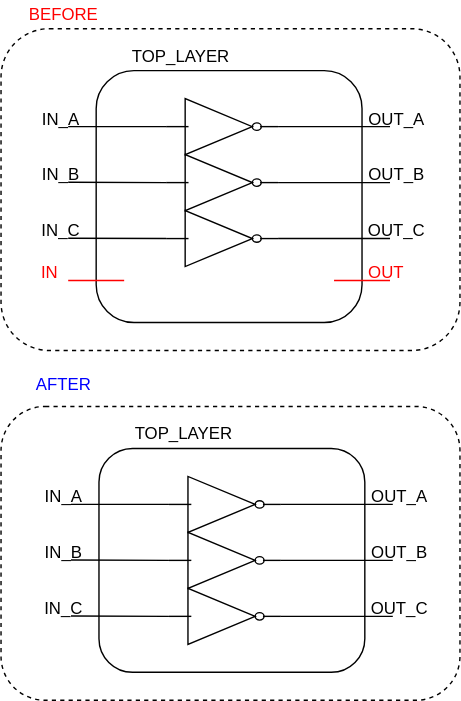
This is figures/dark-mode/rewire_scripts/remove_ports_top.drawio.svg from AlbertHansen/TripleModularRedundancyTool_developer_guide, a draw.io export, as it was before one commit. Source tidied: cells renumbered, new cells last; positions are measured from the earlier drawing's top-left corner, leaving out a move shared by most shapes.
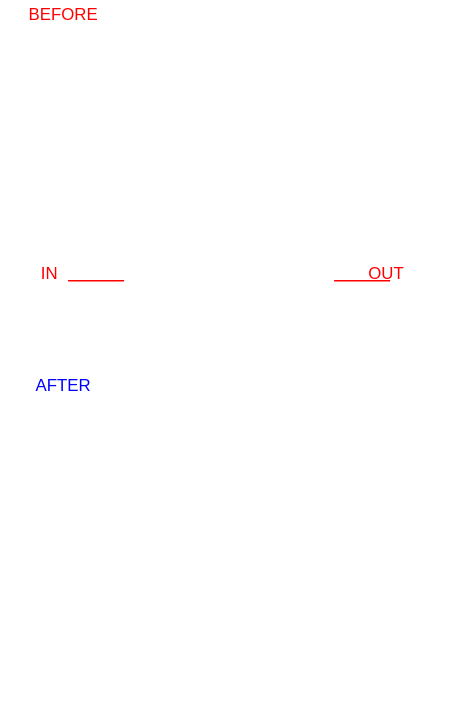
After the commit.

The edit, as a diff of the source:
```diff
@@ -2,57 +2,63 @@
   <root>
     <mxCell id="0" />
     <mxCell id="1" parent="0" />
+    <mxCell id="40" style="rounded=1;whiteSpace=wrap;html=1;fontColor=#FFFFFF;fillColor=none;dashed=1;strokeColor=#FFFFFF;" parent="1" vertex="1">
+      <mxGeometry y="290" width="328" height="210" as="geometry" />
+    </mxCell>
+    <mxCell id="41" style="rounded=1;whiteSpace=wrap;html=1;fontColor=#FFFFFF;fillColor=none;dashed=1;strokeColor=#FFFFFF;" parent="1" vertex="1">
+      <mxGeometry y="20" width="328" height="230" as="geometry" />
+    </mxCell>
-    <mxCell id="2" style="rounded=1;whiteSpace=wrap;html=1;fillColor=none;" parent="1" vertex="1">
+    <mxCell id="2" style="rounded=1;whiteSpace=wrap;html=1;fillColor=none;fontColor=#FFFFFF;strokeColor=#FFFFFF;" parent="1" vertex="1">
       <mxGeometry x="68" y="50" width="190" height="180" as="geometry" />
     </mxCell>
-    <mxCell id="3" style="verticalLabelPosition=bottom;shadow=0;dashed=0;align=center;html=1;verticalAlign=top;shape=mxgraph.electrical.logic_gates.inverter_2;fillColor=none;" parent="1" vertex="1">
+    <mxCell id="3" style="verticalLabelPosition=bottom;shadow=0;dashed=0;align=center;html=1;verticalAlign=top;shape=mxgraph.electrical.logic_gates.inverter_2;fillColor=none;fontColor=#FFFFFF;strokeColor=#FFFFFF;" parent="1" vertex="1">
       <mxGeometry x="118" y="150" width="80" height="40" as="geometry" />
     </mxCell>
-    <mxCell id="4" style="verticalLabelPosition=bottom;shadow=0;dashed=0;align=center;html=1;verticalAlign=top;shape=mxgraph.electrical.logic_gates.inverter_2;fillColor=none;" parent="1" vertex="1">
+    <mxCell id="4" style="verticalLabelPosition=bottom;shadow=0;dashed=0;align=center;html=1;verticalAlign=top;shape=mxgraph.electrical.logic_gates.inverter_2;fillColor=none;fontColor=#FFFFFF;strokeColor=#FFFFFF;" parent="1" vertex="1">
       <mxGeometry x="118" y="110" width="80" height="40" as="geometry" />
     </mxCell>
-    <mxCell id="5" style="verticalLabelPosition=bottom;shadow=0;dashed=0;align=center;html=1;verticalAlign=top;shape=mxgraph.electrical.logic_gates.inverter_2;fillColor=none;" parent="1" vertex="1">
+    <mxCell id="5" style="verticalLabelPosition=bottom;shadow=0;dashed=0;align=center;html=1;verticalAlign=top;shape=mxgraph.electrical.logic_gates.inverter_2;fillColor=none;fontColor=#FFFFFF;strokeColor=#FFFFFF;" parent="1" vertex="1">
       <mxGeometry x="118" y="70" width="80" height="40" as="geometry" />
     </mxCell>
-    <mxCell id="6" value="TOP_LAYER" style="text;strokeColor=none;fillColor=none;align=left;verticalAlign=middle;spacingLeft=4;spacingRight=4;overflow=hidden;whiteSpace=wrap;html=1;" parent="1" vertex="1">
+    <mxCell id="6" value="TOP_LAYER" style="text;strokeColor=none;fillColor=none;align=left;verticalAlign=middle;spacingLeft=4;spacingRight=4;overflow=hidden;whiteSpace=wrap;html=1;fontColor=#FFFFFF;" parent="1" vertex="1">
       <mxGeometry x="88" y="30" width="80" height="20" as="geometry" />
     </mxCell>
-    <mxCell id="7" style="endArrow=none;html=1;entryX=0;entryY=0.5;entryDx=0;entryDy=0;entryPerimeter=0;" parent="1" edge="1" target="5">
+    <mxCell id="7" style="endArrow=none;html=1;entryX=0;entryY=0.5;entryDx=0;entryDy=0;entryPerimeter=0;fontColor=#FFFFFF;strokeColor=#FFFFFF;" parent="1" edge="1" target="5">
       <mxGeometry relative="1" as="geometry">
         <mxPoint x="48" y="90" as="sourcePoint" />
       </mxGeometry>
     </mxCell>
-    <mxCell id="8" style="endArrow=none;html=1;" parent="1" edge="1">
+    <mxCell id="8" style="endArrow=none;html=1;fontColor=#FFFFFF;strokeColor=#FFFFFF;" parent="1" edge="1">
       <mxGeometry relative="1" as="geometry">
         <mxPoint x="48" y="129.8" as="sourcePoint" />
         <mxPoint x="118" y="130" as="targetPoint" />
       </mxGeometry>
     </mxCell>
-    <mxCell id="9" style="endArrow=none;html=1;" parent="1" edge="1">
+    <mxCell id="9" style="endArrow=none;html=1;fontColor=#FFFFFF;strokeColor=#FFFFFF;" parent="1" edge="1">
       <mxGeometry relative="1" as="geometry">
         <mxPoint x="48" y="169.8" as="sourcePoint" />
         <mxPoint x="118" y="170" as="targetPoint" />
       </mxGeometry>
     </mxCell>
-    <mxCell id="10" style="endArrow=none;html=1;" parent="1" edge="1">
+    <mxCell id="10" style="endArrow=none;html=1;fontColor=#FFFFFF;strokeColor=#FFFFFF;" parent="1" edge="1">
       <mxGeometry relative="1" as="geometry">
         <mxPoint x="198" y="90" as="sourcePoint" />
         <mxPoint x="278" y="90" as="targetPoint" />
       </mxGeometry>
     </mxCell>
-    <mxCell id="11" style="endArrow=none;html=1;" parent="1" edge="1">
+    <mxCell id="11" style="endArrow=none;html=1;fontColor=#FFFFFF;strokeColor=#FFFFFF;" parent="1" edge="1">
       <mxGeometry relative="1" as="geometry">
         <mxPoint x="198" y="130" as="sourcePoint" />
         <mxPoint x="278" y="130" as="targetPoint" />
       </mxGeometry>
     </mxCell>
-    <mxCell id="12" style="endArrow=none;html=1;" parent="1" edge="1">
+    <mxCell id="12" style="endArrow=none;html=1;fontColor=#FFFFFF;strokeColor=#FFFFFF;" parent="1" edge="1">
       <mxGeometry relative="1" as="geometry">
         <mxPoint x="198" y="170" as="sourcePoint" />
         <mxPoint x="278" y="170" as="targetPoint" />
       </mxGeometry>
     </mxCell>
-    <mxCell id="13" style="endArrow=none;html=1;fontColor=#FF0000;strokeColor=#FF0000;" parent="1" edge="1">
+    <mxCell id="13" style="endArrow=none;html=1;fontColor=#FFFFFF;strokeColor=#FF0000;" parent="1" edge="1">
       <mxGeometry relative="1" as="geometry">
         <mxPoint x="88" y="200" as="sourcePoint" />
         <mxPoint x="48" y="200" as="targetPoint" />
@@ -64,104 +70,98 @@
         <mxPoint x="278" y="200" as="targetPoint" />
       </mxGeometry>
     </mxCell>
-    <mxCell id="15" value="OUT_A" style="text;html=1;strokeColor=none;fillColor=none;align=center;verticalAlign=middle;whiteSpace=wrap;rounded=0;" parent="1" vertex="1">
+    <mxCell id="15" value="OUT_A" style="text;html=1;strokeColor=none;fillColor=none;align=center;verticalAlign=middle;whiteSpace=wrap;rounded=0;fontColor=#FFFFFF;" parent="1" vertex="1">
       <mxGeometry x="258" y="80" width="50" height="10" as="geometry" />
     </mxCell>
-    <mxCell id="16" value="OUT_B" style="text;html=1;strokeColor=none;fillColor=none;align=center;verticalAlign=middle;whiteSpace=wrap;rounded=0;" parent="1" vertex="1">
+    <mxCell id="16" value="OUT_B" style="text;html=1;strokeColor=none;fillColor=none;align=center;verticalAlign=middle;whiteSpace=wrap;rounded=0;fontColor=#FFFFFF;" parent="1" vertex="1">
       <mxGeometry x="258" y="120" width="50" height="10" as="geometry" />
     </mxCell>
-    <mxCell id="17" value="OUT_C" style="text;html=1;strokeColor=none;fillColor=none;align=center;verticalAlign=middle;whiteSpace=wrap;rounded=0;" parent="1" vertex="1">
+    <mxCell id="17" value="OUT_C" style="text;html=1;strokeColor=none;fillColor=none;align=center;verticalAlign=middle;whiteSpace=wrap;rounded=0;fontColor=#FFFFFF;" parent="1" vertex="1">
       <mxGeometry x="258" y="160" width="50" height="10" as="geometry" />
     </mxCell>
     <mxCell id="18" value="OUT" style="text;html=1;strokeColor=none;fillColor=none;align=center;verticalAlign=middle;whiteSpace=wrap;rounded=0;fontColor=#FF0000;" parent="1" vertex="1">
       <mxGeometry x="263" y="190" width="25" height="10" as="geometry" />
     </mxCell>
-    <mxCell id="19" value="IN_A" style="text;html=1;strokeColor=none;fillColor=none;align=center;verticalAlign=middle;whiteSpace=wrap;rounded=0;" parent="1" vertex="1">
+    <mxCell id="19" value="IN_A" style="text;html=1;strokeColor=none;fillColor=none;align=center;verticalAlign=middle;whiteSpace=wrap;rounded=0;fontColor=#FFFFFF;" parent="1" vertex="1">
       <mxGeometry x="28" y="80" width="30" height="10" as="geometry" />
     </mxCell>
     <mxCell id="20" value="IN" style="text;html=1;strokeColor=none;fillColor=none;align=center;verticalAlign=middle;whiteSpace=wrap;rounded=0;fontColor=#FF0000;" parent="1" vertex="1">
       <mxGeometry x="30" y="190" width="10" height="10" as="geometry" />
     </mxCell>
-    <mxCell id="21" value="IN_B" style="text;html=1;strokeColor=none;fillColor=none;align=center;verticalAlign=middle;whiteSpace=wrap;rounded=0;" parent="1" vertex="1">
+    <mxCell id="21" value="IN_B" style="text;html=1;strokeColor=none;fillColor=none;align=center;verticalAlign=middle;whiteSpace=wrap;rounded=0;fontColor=#FFFFFF;" parent="1" vertex="1">
       <mxGeometry x="28" y="120" width="30" height="10" as="geometry" />
     </mxCell>
-    <mxCell id="22" value="IN_C" style="text;html=1;strokeColor=none;fillColor=none;align=center;verticalAlign=middle;whiteSpace=wrap;rounded=0;" parent="1" vertex="1">
+    <mxCell id="22" value="IN_C" style="text;html=1;strokeColor=none;fillColor=none;align=center;verticalAlign=middle;whiteSpace=wrap;rounded=0;fontColor=#FFFFFF;" parent="1" vertex="1">
       <mxGeometry x="28" y="160" width="30" height="10" as="geometry" />
     </mxCell>
-    <mxCell id="23" style="rounded=1;whiteSpace=wrap;html=1;fillColor=none;" parent="1" vertex="1">
+    <mxCell id="23" style="rounded=1;whiteSpace=wrap;html=1;fillColor=none;fontColor=#FFFFFF;strokeColor=#FFFFFF;" parent="1" vertex="1">
       <mxGeometry x="70" y="320" width="190" height="160" as="geometry" />
     </mxCell>
-    <mxCell id="24" style="verticalLabelPosition=bottom;shadow=0;dashed=0;align=center;html=1;verticalAlign=top;shape=mxgraph.electrical.logic_gates.inverter_2;fillColor=none;" parent="1" vertex="1">
+    <mxCell id="24" style="verticalLabelPosition=bottom;shadow=0;dashed=0;align=center;html=1;verticalAlign=top;shape=mxgraph.electrical.logic_gates.inverter_2;fillColor=none;fontColor=#FFFFFF;strokeColor=#FFFFFF;" parent="1" vertex="1">
       <mxGeometry x="120" y="420" width="80" height="40" as="geometry" />
     </mxCell>
-    <mxCell id="25" style="verticalLabelPosition=bottom;shadow=0;dashed=0;align=center;html=1;verticalAlign=top;shape=mxgraph.electrical.logic_gates.inverter_2;fillColor=none;" parent="1" vertex="1">
+    <mxCell id="25" style="verticalLabelPosition=bottom;shadow=0;dashed=0;align=center;html=1;verticalAlign=top;shape=mxgraph.electrical.logic_gates.inverter_2;fillColor=none;fontColor=#FFFFFF;strokeColor=#FFFFFF;" parent="1" vertex="1">
       <mxGeometry x="120" y="380" width="80" height="40" as="geometry" />
     </mxCell>
-    <mxCell id="26" style="verticalLabelPosition=bottom;shadow=0;dashed=0;align=center;html=1;verticalAlign=top;shape=mxgraph.electrical.logic_gates.inverter_2;fillColor=none;" parent="1" vertex="1">
+    <mxCell id="26" style="verticalLabelPosition=bottom;shadow=0;dashed=0;align=center;html=1;verticalAlign=top;shape=mxgraph.electrical.logic_gates.inverter_2;fillColor=none;fontColor=#FFFFFF;strokeColor=#FFFFFF;" parent="1" vertex="1">
       <mxGeometry x="120" y="340" width="80" height="40" as="geometry" />
     </mxCell>
-    <mxCell id="27" value="TOP_LAYER" style="text;strokeColor=none;fillColor=none;align=left;verticalAlign=middle;spacingLeft=4;spacingRight=4;overflow=hidden;whiteSpace=wrap;html=1;" parent="1" vertex="1">
+    <mxCell id="27" value="TOP_LAYER" style="text;strokeColor=none;fillColor=none;align=left;verticalAlign=middle;spacingLeft=4;spacingRight=4;overflow=hidden;whiteSpace=wrap;html=1;fontColor=#FFFFFF;" parent="1" vertex="1">
       <mxGeometry x="90" y="300" width="80" height="20" as="geometry" />
     </mxCell>
-    <mxCell id="28" style="endArrow=none;html=1;entryX=0;entryY=0.5;entryDx=0;entryDy=0;entryPerimeter=0;" parent="1" edge="1" target="26">
+    <mxCell id="28" style="endArrow=none;html=1;entryX=0;entryY=0.5;entryDx=0;entryDy=0;entryPerimeter=0;fontColor=#FFFFFF;strokeColor=#FFFFFF;" parent="1" edge="1" target="26">
       <mxGeometry relative="1" as="geometry">
         <mxPoint x="50" y="360" as="sourcePoint" />
       </mxGeometry>
     </mxCell>
-    <mxCell id="29" style="endArrow=none;html=1;" parent="1" edge="1">
+    <mxCell id="29" style="endArrow=none;html=1;fontColor=#FFFFFF;strokeColor=#FFFFFF;" parent="1" edge="1">
       <mxGeometry relative="1" as="geometry">
         <mxPoint x="50" y="399.8" as="sourcePoint" />
         <mxPoint x="120" y="400" as="targetPoint" />
       </mxGeometry>
     </mxCell>
-    <mxCell id="30" style="endArrow=none;html=1;" parent="1" edge="1">
+    <mxCell id="30" style="endArrow=none;html=1;fontColor=#FFFFFF;strokeColor=#FFFFFF;" parent="1" edge="1">
       <mxGeometry relative="1" as="geometry">
         <mxPoint x="50" y="439.8" as="sourcePoint" />
         <mxPoint x="120" y="440" as="targetPoint" />
       </mxGeometry>
     </mxCell>
-    <mxCell id="31" style="endArrow=none;html=1;" parent="1" edge="1">
+    <mxCell id="31" style="endArrow=none;html=1;fontColor=#FFFFFF;strokeColor=#FFFFFF;" parent="1" edge="1">
       <mxGeometry relative="1" as="geometry">
         <mxPoint x="200" y="360" as="sourcePoint" />
         <mxPoint x="280" y="360" as="targetPoint" />
       </mxGeometry>
     </mxCell>
-    <mxCell id="32" style="endArrow=none;html=1;" parent="1" edge="1">
+    <mxCell id="32" style="endArrow=none;html=1;fontColor=#FFFFFF;strokeColor=#FFFFFF;" parent="1" edge="1">
       <mxGeometry relative="1" as="geometry">
         <mxPoint x="200" y="400" as="sourcePoint" />
         <mxPoint x="280" y="400" as="targetPoint" />
       </mxGeometry>
     </mxCell>
-    <mxCell id="33" style="endArrow=none;html=1;" parent="1" edge="1">
+    <mxCell id="33" style="endArrow=none;html=1;fontColor=#FFFFFF;strokeColor=#FFFFFF;" parent="1" edge="1">
       <mxGeometry relative="1" as="geometry">
         <mxPoint x="200" y="440" as="sourcePoint" />
         <mxPoint x="280" y="440" as="targetPoint" />
       </mxGeometry>
     </mxCell>
-    <mxCell id="34" value="OUT_A" style="text;html=1;strokeColor=none;fillColor=none;align=center;verticalAlign=middle;whiteSpace=wrap;rounded=0;" parent="1" vertex="1">
+    <mxCell id="34" value="OUT_A" style="text;html=1;strokeColor=none;fillColor=none;align=center;verticalAlign=middle;whiteSpace=wrap;rounded=0;fontColor=#FFFFFF;" parent="1" vertex="1">
       <mxGeometry x="260" y="350" width="50" height="10" as="geometry" />
     </mxCell>
-    <mxCell id="35" value="OUT_B" style="text;html=1;strokeColor=none;fillColor=none;align=center;verticalAlign=middle;whiteSpace=wrap;rounded=0;" parent="1" vertex="1">
+    <mxCell id="35" value="OUT_B" style="text;html=1;strokeColor=none;fillColor=none;align=center;verticalAlign=middle;whiteSpace=wrap;rounded=0;fontColor=#FFFFFF;" parent="1" vertex="1">
       <mxGeometry x="260" y="390" width="50" height="10" as="geometry" />
     </mxCell>
-    <mxCell id="36" value="OUT_C" style="text;html=1;strokeColor=none;fillColor=none;align=center;verticalAlign=middle;whiteSpace=wrap;rounded=0;" parent="1" vertex="1">
+    <mxCell id="36" value="OUT_C" style="text;html=1;strokeColor=none;fillColor=none;align=center;verticalAlign=middle;whiteSpace=wrap;rounded=0;fontColor=#FFFFFF;" parent="1" vertex="1">
       <mxGeometry x="260" y="430" width="50" height="10" as="geometry" />
     </mxCell>
-    <mxCell id="37" value="IN_A" style="text;html=1;strokeColor=none;fillColor=none;align=center;verticalAlign=middle;whiteSpace=wrap;rounded=0;" parent="1" vertex="1">
+    <mxCell id="37" value="IN_A" style="text;html=1;strokeColor=none;fillColor=none;align=center;verticalAlign=middle;whiteSpace=wrap;rounded=0;fontColor=#FFFFFF;" parent="1" vertex="1">
       <mxGeometry x="30" y="350" width="30" height="10" as="geometry" />
     </mxCell>
-    <mxCell id="38" value="IN_B" style="text;html=1;strokeColor=none;fillColor=none;align=center;verticalAlign=middle;whiteSpace=wrap;rounded=0;" parent="1" vertex="1">
+    <mxCell id="38" value="IN_B" style="text;html=1;strokeColor=none;fillColor=none;align=center;verticalAlign=middle;whiteSpace=wrap;rounded=0;fontColor=#FFFFFF;" parent="1" vertex="1">
       <mxGeometry x="30" y="390" width="30" height="10" as="geometry" />
     </mxCell>
-    <mxCell id="39" value="IN_C" style="text;html=1;strokeColor=none;fillColor=none;align=center;verticalAlign=middle;whiteSpace=wrap;rounded=0;" parent="1" vertex="1">
+    <mxCell id="39" value="IN_C" style="text;html=1;strokeColor=none;fillColor=none;align=center;verticalAlign=middle;whiteSpace=wrap;rounded=0;fontColor=#FFFFFF;" parent="1" vertex="1">
       <mxGeometry x="30" y="430" width="30" height="10" as="geometry" />
     </mxCell>
-    <mxCell id="40" style="rounded=1;whiteSpace=wrap;html=1;fontColor=#FF0000;fillColor=none;dashed=1;" parent="1" vertex="1">
-      <mxGeometry y="290" width="328" height="210" as="geometry" />
-    </mxCell>
-    <mxCell id="41" style="rounded=1;whiteSpace=wrap;html=1;fontColor=#FF0000;fillColor=none;dashed=1;" parent="1" vertex="1">
-      <mxGeometry y="20" width="328" height="230" as="geometry" />
-    </mxCell>
     <mxCell id="42" value="BEFORE" style="text;html=1;strokeColor=none;fillColor=none;align=center;verticalAlign=middle;whiteSpace=wrap;rounded=0;dashed=1;fontColor=#FF0000;" parent="1" vertex="1">
       <mxGeometry x="15" width="60" height="20" as="geometry" />
     </mxCell>
```
